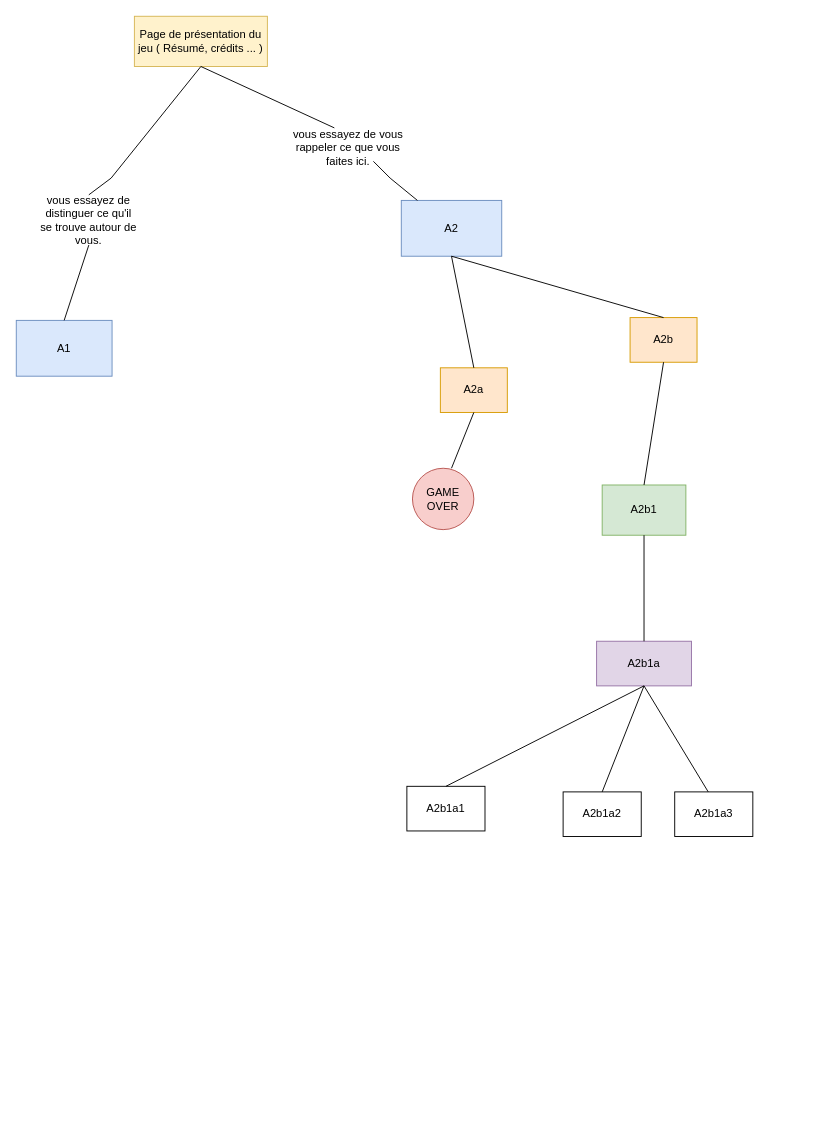
Dideelee/Dideelee.github.io keeps this draw.io diagram as Diagramme sans nom.drawio. Above is the earlier version. Source tidied: cells renumbered, new cells numbered last; positions are measured from the earlier drawing's top-left corner, leaving out a move shared by most shapes. Both pictures are drawn from the tidied source at 93%, with x=0, y=0 at pixel (16, 16).
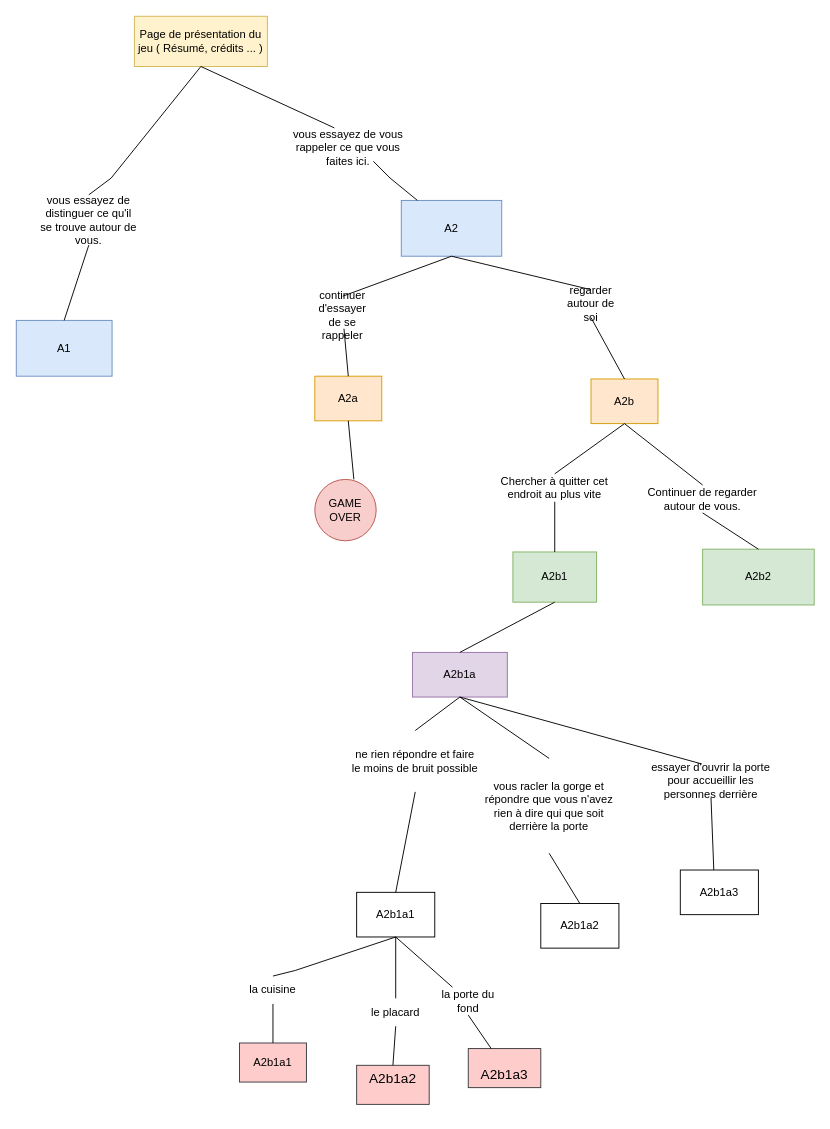
The same page after the edit.

Commit message (it also covers changes not shown here):
Mettre à jour Diagramme sans nom.drawio

Unchanged cells that the change refers to:
```xml
<mxCell id="3" value="A2" style="rounded=0;whiteSpace=wrap;html=1;fillColor=#dae8fc;strokeColor=#6c8ebf;" parent="1" vertex="1">
  <mxGeometry x="414" y="198" width="108" height="60" as="geometry" />
</mxCell>
```

The edit, as a diff of the source:
```diff
@@
     <mxCell id="7" value="A2a" style="rounded=0;whiteSpace=wrap;html=1;fillColor=#ffe6cc;strokeColor=#d79b00;" parent="1" vertex="1">
-      <mxGeometry x="456" y="378" width="72" height="48" as="geometry" />
+      <mxGeometry x="321" y="387" width="72" height="48" as="geometry" />
     </mxCell>
     <mxCell id="8" value="A2b" style="rounded=0;whiteSpace=wrap;html=1;fillColor=#ffe6cc;strokeColor=#d79b00;" parent="1" vertex="1">
-      <mxGeometry x="660" y="324" width="72" height="48" as="geometry" />
+      <mxGeometry x="618" y="390" width="72" height="48" as="geometry" />
     </mxCell>
-    <mxCell id="9" style="endArrow=none;html=1;rounded=0;exitX=0.5;exitY=0;exitDx=0;exitDy=0;entryX=0.5;entryY=1;entryDx=0;entryDy=0;" parent="1" edge="1" source="7" target="3">
+    <mxCell id="9" style="endArrow=none;html=1;rounded=0;entryX=0.5;entryY=1;entryDx=0;entryDy=0;exitX=0.5;exitY=-0.167;exitDx=0;exitDy=0;exitPerimeter=0;" parent="1" edge="1" source="28" target="3">
       <mxGeometry relative="1" as="geometry" />
     </mxCell>
-    <mxCell id="10" style="endArrow=none;html=1;rounded=0;entryX=0.5;entryY=1;entryDx=0;entryDy=0;exitX=0.5;exitY=0;exitDx=0;exitDy=0;" parent="1" edge="1" source="8" target="3">
+    <mxCell id="10" style="endArrow=none;html=1;rounded=0;entryX=0.5;entryY=1;entryDx=0;entryDy=0;exitX=0.5;exitY=0;exitDx=0;exitDy=0;" parent="1" edge="1" source="30" target="3">
       <mxGeometry relative="1" as="geometry" />
     </mxCell>
     <mxCell id="11" value="A2b1" style="rounded=0;whiteSpace=wrap;html=1;fillColor=#d5e8d4;strokeColor=#82b366;" parent="1" vertex="1">
-      <mxGeometry x="630" y="504" width="90" height="54" as="geometry" />
+      <mxGeometry x="534" y="576" width="90" height="54" as="geometry" />
     </mxCell>
     <mxCell id="12" value="A2b1a" style="rounded=0;whiteSpace=wrap;html=1;fillColor=#e1d5e7;strokeColor=#9673a6;" parent="1" vertex="1">
-      <mxGeometry x="624" y="672" width="102" height="48" as="geometry" />
+      <mxGeometry x="426" y="684" width="102" height="48" as="geometry" />
     </mxCell>
-    <mxCell id="13" style="endArrow=none;html=1;rounded=0;entryX=0.5;entryY=1;entryDx=0;entryDy=0;exitX=0.5;exitY=0;exitDx=0;exitDy=0;" parent="1" edge="1" source="11" target="8">
+    <mxCell id="13" style="endArrow=none;html=1;rounded=0;entryX=0.5;entryY=1;entryDx=0;entryDy=0;exitX=0.5;exitY=0;exitDx=0;exitDy=0;" parent="1" edge="1" source="32" target="8">
       <mxGeometry relative="1" as="geometry" />
     </mxCell>
@@
     <mxCell id="15" value="A2b1a1" style="rounded=0;whiteSpace=wrap;html=1;" parent="1" vertex="1">
-      <mxGeometry x="420" y="828" width="84" height="48" as="geometry" />
+      <mxGeometry x="366" y="942" width="84" height="48" as="geometry" />
     </mxCell>
     <mxCell id="16" value="A2b1a2" style="rounded=0;whiteSpace=wrap;html=1;" parent="1" vertex="1">
-      <mxGeometry x="588" y="834" width="84" height="48" as="geometry" />
+      <mxGeometry x="564" y="954" width="84" height="48" as="geometry" />
     </mxCell>
     <mxCell id="17" value="A2b1a3" style="rounded=0;whiteSpace=wrap;html=1;" parent="1" vertex="1">
-      <mxGeometry x="708" y="834" width="84" height="48" as="geometry" />
+      <mxGeometry x="714" y="918" width="84" height="48" as="geometry" />
     </mxCell>
-    <mxCell id="18" style="endArrow=none;html=1;rounded=0;entryX=0.5;entryY=1;entryDx=0;entryDy=0;exitX=0.5;exitY=0;exitDx=0;exitDy=0;" parent="1" edge="1" source="15" target="12">
+    <mxCell id="18" style="endArrow=none;html=1;rounded=0;entryX=0.5;entryY=1;entryDx=0;entryDy=0;exitX=0.5;exitY=0;exitDx=0;exitDy=0;" parent="1" edge="1" source="38" target="12">
       <mxGeometry relative="1" as="geometry" />
     </mxCell>
-    <mxCell id="19" style="endArrow=none;html=1;rounded=0;entryX=0.5;entryY=1;entryDx=0;entryDy=0;exitX=0.5;exitY=0;exitDx=0;exitDy=0;" parent="1" edge="1" source="16" target="12">
+    <mxCell id="19" style="endArrow=none;html=1;rounded=0;entryX=0.5;entryY=1;entryDx=0;entryDy=0;exitX=0.5;exitY=0;exitDx=0;exitDy=0;" parent="1" edge="1" source="40" target="12">
       <mxGeometry relative="1" as="geometry" />
     </mxCell>
-    <mxCell id="20" style="endArrow=none;html=1;rounded=0;entryX=0.5;entryY=1;entryDx=0;entryDy=0;exitX=0.429;exitY=0;exitDx=0;exitDy=0;exitPerimeter=0;" parent="1" edge="1" source="17" target="12">
+    <mxCell id="20" style="endArrow=none;html=1;rounded=0;entryX=0.5;entryY=1;entryDx=0;entryDy=0;exitX=0.429;exitY=0;exitDx=0;exitDy=0;exitPerimeter=0;" parent="1" edge="1" source="42" target="12">
       <mxGeometry relative="1" as="geometry" />
     </mxCell>
     <mxCell id="21" value="GAME OVER" style="ellipse;whiteSpace=wrap;html=1;fillColor=#f8cecc;strokeColor=#b85450;" parent="1" vertex="1">
-      <mxGeometry x="426" y="486" width="66" height="66" as="geometry" />
+      <mxGeometry x="321" y="498" width="66" height="66" as="geometry" />
     </mxCell>
@@
+    <mxCell id="27" style="endArrow=none;html=1;rounded=0;exitX=0.5;exitY=0;exitDx=0;exitDy=0;" parent="1" edge="1" source="7" target="28">
+      <mxGeometry relative="1" as="geometry" />
+    </mxCell>
+    <mxCell id="28" value="continuer d'essayer de se rappeler" style="text;html=1;strokeColor=none;fillColor=none;align=center;verticalAlign=middle;whiteSpace=wrap;rounded=0;" parent="1" vertex="1">
+      <mxGeometry x="321" y="306" width="60" height="30" as="geometry" />
+    </mxCell>
+    <mxCell id="29" style="endArrow=none;html=1;rounded=0;entryX=0.5;entryY=1;entryDx=0;entryDy=0;exitX=0.5;exitY=0;exitDx=0;exitDy=0;" parent="1" edge="1" source="8" target="30">
+      <mxGeometry relative="1" as="geometry" />
+    </mxCell>
+    <mxCell id="30" value="regarder autour de soi" style="text;html=1;strokeColor=none;fillColor=none;align=center;verticalAlign=middle;whiteSpace=wrap;rounded=0;" parent="1" vertex="1">
+      <mxGeometry x="588" y="294" width="60" height="30" as="geometry" />
+    </mxCell>
+    <mxCell id="31" style="endArrow=none;html=1;rounded=0;entryX=0.5;entryY=1;entryDx=0;entryDy=0;exitX=0.5;exitY=0;exitDx=0;exitDy=0;" parent="1" edge="1" source="11" target="32">
+      <mxGeometry relative="1" as="geometry" />
+    </mxCell>
+    <mxCell id="32" value="Chercher à quitter cet endroit au plus vite" style="text;html=1;strokeColor=none;fillColor=none;align=center;verticalAlign=middle;whiteSpace=wrap;rounded=0;" parent="1" vertex="1">
+      <mxGeometry x="516" y="492" width="126" height="30" as="geometry" />
+    </mxCell>
+    <mxCell id="33" value="A2b2" style="rounded=0;whiteSpace=wrap;html=1;fillColor=#d5e8d4;strokeColor=#82b366;" parent="1" vertex="1">
+      <mxGeometry x="738" y="573" width="120" height="60" as="geometry" />
+    </mxCell>
+    <mxCell id="34" style="endArrow=none;html=1;rounded=0;entryX=0.5;entryY=1;entryDx=0;entryDy=0;exitX=0.5;exitY=0;exitDx=0;exitDy=0;" parent="1" edge="1" source="36" target="8">
+      <mxGeometry relative="1" as="geometry" />
+    </mxCell>
+    <mxCell id="35" style="endArrow=none;html=1;rounded=0;entryX=0.5;entryY=1;entryDx=0;entryDy=0;exitX=0.5;exitY=0;exitDx=0;exitDy=0;" parent="1" edge="1" source="33" target="36">
+      <mxGeometry relative="1" as="geometry" />
+    </mxCell>
+    <mxCell id="36" value="Continuer de regarder autour de vous." style="text;html=1;strokeColor=none;fillColor=none;align=center;verticalAlign=middle;whiteSpace=wrap;rounded=0;" parent="1" vertex="1">
+      <mxGeometry x="678" y="504" width="120" height="30" as="geometry" />
+    </mxCell>
+    <mxCell id="37" style="endArrow=none;html=1;rounded=0;entryX=0.5;entryY=1;entryDx=0;entryDy=0;exitX=0.5;exitY=0;exitDx=0;exitDy=0;" parent="1" edge="1" source="15" target="38">
+      <mxGeometry relative="1" as="geometry" />
+    </mxCell>
+    <mxCell id="38" value="ne rien répondre et faire le moins de bruit possible" style="text;html=1;strokeColor=none;fillColor=none;align=center;verticalAlign=middle;whiteSpace=wrap;rounded=0;" parent="1" vertex="1">
+      <mxGeometry x="360" y="768" width="138" height="66" as="geometry" />
+    </mxCell>
+    <mxCell id="39" style="endArrow=none;html=1;rounded=0;entryX=0.5;entryY=1;entryDx=0;entryDy=0;exitX=0.5;exitY=0;exitDx=0;exitDy=0;" parent="1" edge="1" source="16" target="40">
+      <mxGeometry relative="1" as="geometry" />
+    </mxCell>
+    <mxCell id="40" value="vous racler la gorge et répondre que vous n'avez rien à dire qui que soit derrière la porte" style="text;html=1;strokeColor=none;fillColor=none;align=center;verticalAlign=middle;whiteSpace=wrap;rounded=0;" parent="1" vertex="1">
+      <mxGeometry x="492" y="798" width="162" height="102" as="geometry" />
+    </mxCell>
+    <mxCell id="41" style="endArrow=none;html=1;rounded=0;entryX=0.5;entryY=1;entryDx=0;entryDy=0;exitX=0.429;exitY=0;exitDx=0;exitDy=0;exitPerimeter=0;" parent="1" edge="1" source="17" target="42">
+      <mxGeometry relative="1" as="geometry" />
+    </mxCell>
+    <mxCell id="42" value="essayer d'ouvrir la porte pour accueillir les personnes derrière" style="text;html=1;strokeColor=none;fillColor=none;align=center;verticalAlign=middle;whiteSpace=wrap;rounded=0;" parent="1" vertex="1">
+      <mxGeometry x="678" y="804" width="138" height="36" as="geometry" />
+    </mxCell>
+    <mxCell id="43" value="A2b1a1" style="rounded=0;whiteSpace=wrap;html=1;fillColor=#ffcccc;strokeColor=#36393d;" parent="1" vertex="1">
+      <mxGeometry x="240" y="1104" width="72" height="42" as="geometry" />
+    </mxCell>
+    <mxCell id="44" value="&#10;&lt;span id=&quot;docs-internal-guid-a7e3643c-7fff-90de-d468-c69f37d8437d&quot; style=&quot;font-size: 11pt; font-family: Arial; background-color: transparent; font-weight: 400; font-style: normal; font-variant: normal; text-decoration: none; vertical-align: baseline;&quot;&gt;A2b1a2&lt;/span&gt;&#10;&#10;" style="rounded=0;whiteSpace=wrap;html=1;fillColor=#ffcccc;strokeColor=#36393d;fontColor=#000000;" parent="1" vertex="1">
+      <mxGeometry x="366" y="1128" width="78" height="42" as="geometry" />
+    </mxCell>
+    <mxCell id="45" value="&lt;br&gt;&lt;span id=&quot;docs-internal-guid-08a776a1-7fff-d498-28c5-6e7eafad8684&quot; style=&quot;font-size: 11pt; font-family: Arial; background-color: transparent; font-weight: 400; font-style: normal; font-variant: normal; text-decoration: none; vertical-align: baseline;&quot;&gt;A2b1a3&lt;/span&gt;&lt;br&gt;" style="rounded=0;whiteSpace=wrap;html=1;fillColor=#ffcccc;strokeColor=#36393d;" parent="1" vertex="1">
+      <mxGeometry x="486" y="1110" width="78" height="42" as="geometry" />
+    </mxCell>
+    <mxCell id="46" style="endArrow=none;html=1;rounded=0;exitX=0.5;exitY=0;exitDx=0;exitDy=0;entryX=0.5;entryY=1;entryDx=0;entryDy=0;" parent="1" edge="1" source="50" target="15">
+      <mxGeometry relative="1" as="geometry">
+        <Array as="points">
+          <mxPoint x="300" y="1026" />
+        </Array>
+      </mxGeometry>
+    </mxCell>
+    <mxCell id="47" style="endArrow=none;html=1;rounded=0;entryX=0.5;entryY=1;entryDx=0;entryDy=0;exitX=0.5;exitY=0;exitDx=0;exitDy=0;" parent="1" edge="1" source="52" target="15">
+      <mxGeometry relative="1" as="geometry" />
+    </mxCell>
+    <mxCell id="48" style="endArrow=none;html=1;rounded=0;entryX=0.5;entryY=1;entryDx=0;entryDy=0;" parent="1" edge="1" source="54" target="15">
+      <mxGeometry relative="1" as="geometry" />
+    </mxCell>
+    <mxCell id="49" style="endArrow=none;html=1;rounded=0;exitX=0.5;exitY=0;exitDx=0;exitDy=0;entryX=0.5;entryY=1;entryDx=0;entryDy=0;" parent="1" edge="1" source="43" target="50">
+      <mxGeometry relative="1" as="geometry" />
+    </mxCell>
+    <mxCell id="50" value="la cuisine" style="text;html=1;strokeColor=none;fillColor=none;align=center;verticalAlign=middle;whiteSpace=wrap;rounded=0;" parent="1" vertex="1">
+      <mxGeometry x="246" y="1032" width="60" height="30" as="geometry" />
+    </mxCell>
+    <mxCell id="51" style="endArrow=none;html=1;rounded=0;entryX=0.5;entryY=1;entryDx=0;entryDy=0;exitX=0.5;exitY=0;exitDx=0;exitDy=0;" parent="1" edge="1" source="44" target="52">
+      <mxGeometry relative="1" as="geometry" />
+    </mxCell>
+    <mxCell id="52" value="le placard" style="text;html=1;strokeColor=none;fillColor=none;align=center;verticalAlign=middle;whiteSpace=wrap;rounded=0;" parent="1" vertex="1">
+      <mxGeometry x="378" y="1056" width="60" height="30" as="geometry" />
+    </mxCell>
+    <mxCell id="53" style="endArrow=none;html=1;rounded=0;entryX=0.5;entryY=1;entryDx=0;entryDy=0;" parent="1" edge="1" source="45" target="54">
+      <mxGeometry relative="1" as="geometry" />
+    </mxCell>
+    <mxCell id="54" value="la porte du fond" style="text;html=1;strokeColor=none;fillColor=none;align=center;verticalAlign=middle;whiteSpace=wrap;rounded=0;" parent="1" vertex="1">
+      <mxGeometry x="456" y="1044" width="60" height="30" as="geometry" />
+    </mxCell>
```
